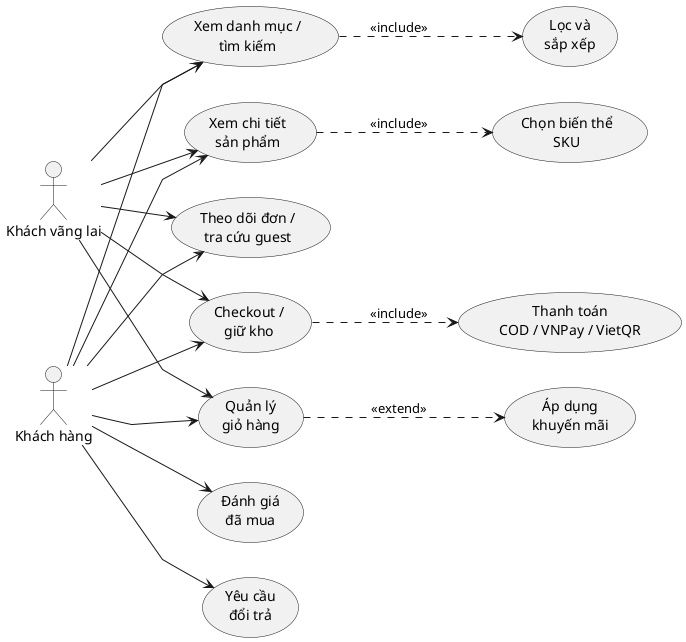
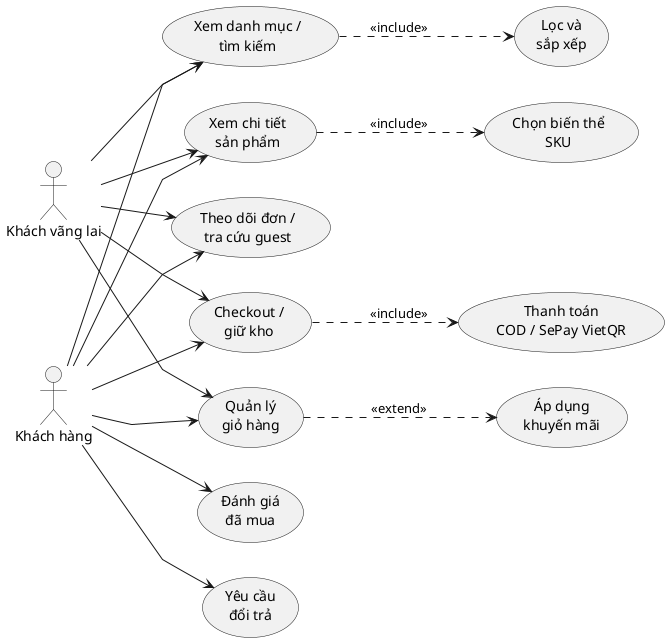
@startuml
left to right direction
skinparam linetype polyline
actor "Khách vãng lai" as Guest
actor "Khách hàng" as User

usecase "Xem danh mục /\ntìm kiếm" as Search
usecase "Lọc và\nsắp xếp" as Filter
usecase "Xem chi tiết\nsản phẩm" as Detail
usecase "Chọn biến thể\nSKU" as Variant
usecase "Quản lý\ngiỏ hàng" as Cart
usecase "Áp dụng\nkhuyến mãi" as Coupon
usecase "Checkout /\ngiữ kho" as Checkout
- usecase "Thanh toán\nCOD / VNPay / VietQR" as Payment
+ usecase "Thanh toán\nCOD / SePay VietQR" as Payment
usecase "Theo dõi đơn /\ntra cứu guest" as Tracking
usecase "Yêu cầu\nđổi trả" as Return
usecase "Đánh giá\nđã mua" as Review

Guest --> Search
Guest --> Detail
Guest --> Cart
Guest --> Checkout
Guest --> Tracking

User --> Search
User --> Detail
User --> Cart
User --> Checkout
User --> Tracking
User --> Return
User --> Review

Search ..> Filter : <<include>>
Detail ..> Variant : <<include>>
Cart ..> Coupon : <<extend>>
Checkout ..> Payment : <<include>>
@enduml
